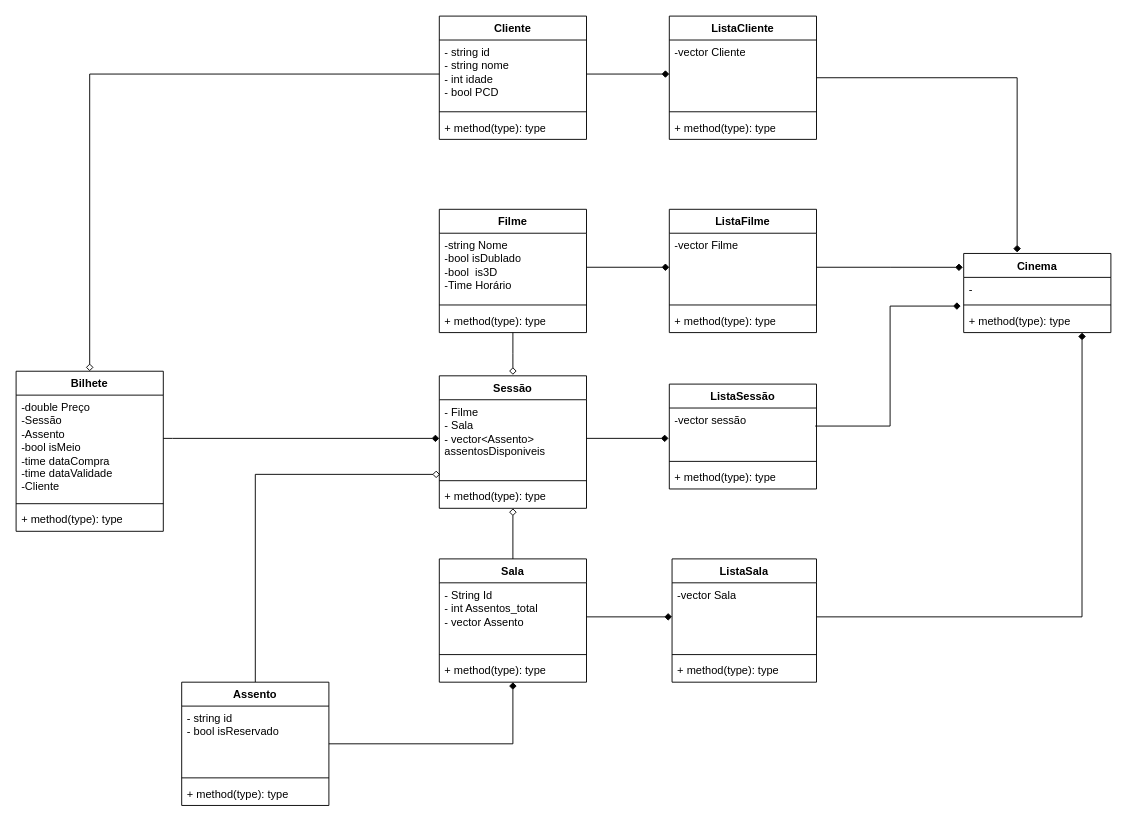
eramoss/CineCon keeps this draw.io diagram as Diagrama sem nome.drawio. Above is the earlier version. Source tidied: cells renumbered, new cells numbered last; positions are measured from the earlier drawing's top-left corner, leaving out a move shared by most shapes. Both pictures are drawn from the tidied source at 92%, with x=0, y=0 at pixel (16, 16).
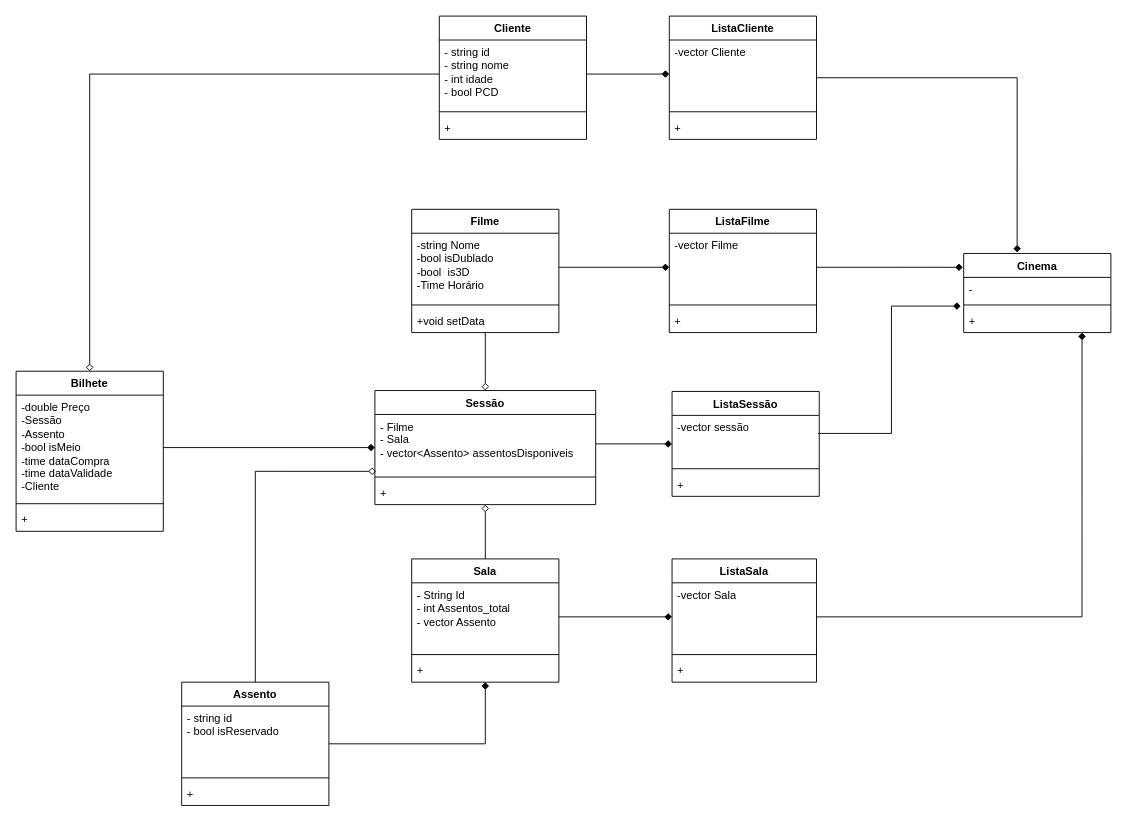
The same diagram, later.

Unchanged cells that the change refers to:
```xml
<mxCell id="2" value="Cinema" style="swimlane;fontStyle=1;align=center;verticalAlign=top;horizontal=1;startSize=26;whiteSpace=wrap;html=1;" parent="1" vertex="1">
  <mxGeometry x="1030" y="258" width="160" height="86" as="geometry" />
</mxCell>
<mxCell id="7" value="Bilhete" style="swimlane;fontStyle=1;align=center;verticalAlign=top;horizontal=1;startSize=26;whiteSpace=wrap;html=1;" parent="1" vertex="1">
  <mxGeometry y="386" width="160" height="174" as="geometry" />
</mxCell>
<mxCell id="8" value="-double Preço&lt;br&gt;&lt;div&gt;-Sessão&lt;/div&gt;&lt;div&gt;-Assento&lt;br&gt;&lt;/div&gt;&lt;div&gt;-bool isMeio&lt;/div&gt;&lt;div&gt;-time dataCompra&lt;/div&gt;&lt;div&gt;-time dataValidade&lt;br&gt;&lt;/div&gt;&lt;div&gt;-Cliente&lt;br&gt;&lt;/div&gt;" style="text;strokeColor=none;fillColor=none;align=left;verticalAlign=top;spacingLeft=4;spacingRight=4;overflow=hidden;points=[[0,0.5],[1,0.5]];portConstraint=eastwest;whiteSpace=wrap;html=1;" parent="7" vertex="1">
  <mxGeometry y="26" width="160" height="114" as="geometry" />
</mxCell>
<mxCell id="11" value="Cliente" style="swimlane;fontStyle=1;align=center;verticalAlign=top;horizontal=1;startSize=26;whiteSpace=wrap;html=1;" parent="1" vertex="1">
  <mxGeometry x="460" width="160" height="134" as="geometry" />
</mxCell>
<mxCell id="26" value="Assento" style="swimlane;fontStyle=1;align=center;verticalAlign=top;horizontal=1;startSize=26;whiteSpace=wrap;html=1;" parent="1" vertex="1">
  <mxGeometry x="180" y="724" width="160" height="134" as="geometry" />
</mxCell>
<mxCell id="36" value="ListaCliente" style="swimlane;fontStyle=1;align=center;verticalAlign=top;horizontal=1;startSize=26;whiteSpace=wrap;html=1;" parent="1" vertex="1">
  <mxGeometry x="710" width="160" height="134" as="geometry" />
</mxCell>
<mxCell id="40" value="ListaFilme" style="swimlane;fontStyle=1;align=center;verticalAlign=top;horizontal=1;startSize=26;whiteSpace=wrap;html=1;" parent="1" vertex="1">
  <mxGeometry x="710" y="210" width="160" height="134" as="geometry" />
</mxCell>
<mxCell id="45" value="ListaSala" style="swimlane;fontStyle=1;align=center;verticalAlign=top;horizontal=1;startSize=26;whiteSpace=wrap;html=1;" parent="1" vertex="1">
  <mxGeometry x="713" y="590" width="157" height="134" as="geometry" />
</mxCell>
<mxCell id="53" value="-vector sessão" style="text;strokeColor=none;fillColor=none;align=left;verticalAlign=top;spacingLeft=4;spacingRight=4;overflow=hidden;points=[[0,0.5],[1,0.5]];portConstraint=eastwest;whiteSpace=wrap;html=1;" parent="52" vertex="1">
  <mxGeometry y="26" width="160" height="54" as="geometry" />
</mxCell>
```

What changed in the source:
```diff
@@
-    <mxCell id="5" value="+ method(type): type" style="text;strokeColor=none;fillColor=none;align=left;verticalAlign=top;spacingLeft=4;spacingRight=4;overflow=hidden;points=[[0,0.5],[1,0.5]];portConstraint=eastwest;whiteSpace=wrap;html=1;" parent="2" vertex="1">
+    <mxCell id="5" value="+" style="text;strokeColor=none;fillColor=none;align=left;verticalAlign=top;spacingLeft=4;spacingRight=4;overflow=hidden;points=[[0,0.5],[1,0.5]];portConstraint=eastwest;whiteSpace=wrap;html=1;" parent="2" vertex="1">
       <mxGeometry y="60" width="160" height="26" as="geometry" />
     </mxCell>
@@
-    <mxCell id="10" value="+ method(type): type" style="text;strokeColor=none;fillColor=none;align=left;verticalAlign=top;spacingLeft=4;spacingRight=4;overflow=hidden;whiteSpace=wrap;html=1;" parent="7" vertex="1">
+    <mxCell id="10" value="+" style="text;strokeColor=none;fillColor=none;align=left;verticalAlign=top;spacingLeft=4;spacingRight=4;overflow=hidden;whiteSpace=wrap;html=1;" parent="7" vertex="1">
       <mxGeometry y="148" width="160" height="26" as="geometry" />
     </mxCell>
@@
-    <mxCell id="14" value="+ method(type): type" style="text;strokeColor=none;fillColor=none;align=left;verticalAlign=top;spacingLeft=4;spacingRight=4;overflow=hidden;whiteSpace=wrap;html=1;" parent="11" vertex="1">
+    <mxCell id="14" value="+" style="text;strokeColor=none;fillColor=none;align=left;verticalAlign=top;spacingLeft=4;spacingRight=4;overflow=hidden;whiteSpace=wrap;html=1;" parent="11" vertex="1">
       <mxGeometry y="108" width="160" height="26" as="geometry" />
     </mxCell>
-    <mxCell id="15" style="edgeStyle=orthogonalEdgeStyle;rounded=0;jettySize=auto;html=1;endArrow=diamond;endFill=0;" parent="1" edge="1" source="16">
-      <mxGeometry relative="1" as="geometry">
-        <mxPoint x="540" y="390" as="targetPoint" />
-      </mxGeometry>
+    <mxCell id="15" style="edgeStyle=orthogonalEdgeStyle;rounded=0;jettySize=auto;html=1;endArrow=diamond;endFill=0;" parent="1" edge="1" source="16" target="20">
+      <mxGeometry relative="1" as="geometry" />
     </mxCell>
     <mxCell id="16" value="Filme" style="swimlane;fontStyle=1;align=center;verticalAlign=top;horizontal=1;startSize=26;whiteSpace=wrap;html=1;" parent="1" vertex="1">
-      <mxGeometry x="460" y="210" width="160" height="134" as="geometry" />
+      <mxGeometry x="430" y="210" width="160" height="134" as="geometry" />
     </mxCell>
@@
-    <mxCell id="19" value="+ method(type): type" style="text;strokeColor=none;fillColor=none;align=left;verticalAlign=top;spacingLeft=4;spacingRight=4;overflow=hidden;whiteSpace=wrap;html=1;" parent="16" vertex="1">
+    <mxCell id="19" value="+void setData" style="text;strokeColor=none;fillColor=none;align=left;verticalAlign=top;spacingLeft=4;spacingRight=4;overflow=hidden;whiteSpace=wrap;html=1;" parent="16" vertex="1">
       <mxGeometry y="108" width="160" height="26" as="geometry" />
     </mxCell>
     <mxCell id="20" value="Sessão" style="swimlane;fontStyle=1;align=center;verticalAlign=top;horizontal=1;startSize=26;whiteSpace=wrap;html=1;" parent="1" vertex="1">
-      <mxGeometry x="460" y="391" width="160" height="144" as="geometry" />
+      <mxGeometry x="390" y="407" width="240" height="124" as="geometry" />
     </mxCell>
     <mxCell id="21" value="- Filme&lt;br&gt;- Sala&lt;br&gt;- vector&amp;lt;Assento&amp;gt; assentosDisponiveis" style="text;strokeColor=none;fillColor=none;align=left;verticalAlign=top;spacingLeft=4;spacingRight=4;overflow=hidden;points=[[0,0.5],[1,0.5]];portConstraint=eastwest;whiteSpace=wrap;html=1;" parent="20" vertex="1">
-      <mxGeometry y="26" width="160" height="84" as="geometry" />
+      <mxGeometry y="26" width="240" height="64" as="geometry" />
     </mxCell>
     <mxCell id="22" style="line;strokeWidth=1;fillColor=none;align=left;verticalAlign=middle;spacingTop=-1;spacingLeft=3;spacingRight=3;labelPosition=right;strokeColor=inherit;" parent="20" vertex="1">
-      <mxGeometry y="110" width="160" height="8" as="geometry" />
+      <mxGeometry y="90" width="240" height="8" as="geometry" />
     </mxCell>
-    <mxCell id="23" value="+ method(type): type" style="text;strokeColor=none;fillColor=none;align=left;verticalAlign=top;spacingLeft=4;spacingRight=4;overflow=hidden;whiteSpace=wrap;html=1;" parent="20" vertex="1">
-      <mxGeometry y="118" width="160" height="26" as="geometry" />
+    <mxCell id="23" value="+" style="text;strokeColor=none;fillColor=none;align=left;verticalAlign=top;spacingLeft=4;spacingRight=4;overflow=hidden;whiteSpace=wrap;html=1;" parent="20" vertex="1">
+      <mxGeometry y="98" width="240" height="26" as="geometry" />
     </mxCell>
@@
-    <mxCell id="29" value="+ method(type): type" style="text;strokeColor=none;fillColor=none;align=left;verticalAlign=top;spacingLeft=4;spacingRight=4;overflow=hidden;whiteSpace=wrap;html=1;" parent="26" vertex="1">
+    <mxCell id="29" value="+" style="text;strokeColor=none;fillColor=none;align=left;verticalAlign=top;spacingLeft=4;spacingRight=4;overflow=hidden;whiteSpace=wrap;html=1;" parent="26" vertex="1">
       <mxGeometry y="108" width="160" height="26" as="geometry" />
     </mxCell>
@@
     <mxCell id="31" value="Sala" style="swimlane;fontStyle=1;align=center;verticalAlign=top;horizontal=1;startSize=26;whiteSpace=wrap;html=1;" parent="1" vertex="1">
-      <mxGeometry x="460" y="590" width="160" height="134" as="geometry" />
+      <mxGeometry x="430" y="590" width="160" height="134" as="geometry" />
     </mxCell>
@@
-    <mxCell id="34" value="+ method(type): type" style="text;strokeColor=none;fillColor=none;align=left;verticalAlign=top;spacingLeft=4;spacingRight=4;overflow=hidden;whiteSpace=wrap;html=1;" parent="31" vertex="1">
+    <mxCell id="34" value="+" style="text;strokeColor=none;fillColor=none;align=left;verticalAlign=top;spacingLeft=4;spacingRight=4;overflow=hidden;whiteSpace=wrap;html=1;" parent="31" vertex="1">
       <mxGeometry y="108" width="160" height="26" as="geometry" />
     </mxCell>
@@
-    <mxCell id="39" value="+ method(type): type" style="text;strokeColor=none;fillColor=none;align=left;verticalAlign=top;spacingLeft=4;spacingRight=4;overflow=hidden;whiteSpace=wrap;html=1;" parent="36" vertex="1">
+    <mxCell id="39" value="+" style="text;strokeColor=none;fillColor=none;align=left;verticalAlign=top;spacingLeft=4;spacingRight=4;overflow=hidden;whiteSpace=wrap;html=1;" parent="36" vertex="1">
       <mxGeometry y="108" width="160" height="26" as="geometry" />
     </mxCell>
@@
-    <mxCell id="43" value="+ method(type): type" style="text;strokeColor=none;fillColor=none;align=left;verticalAlign=top;spacingLeft=4;spacingRight=4;overflow=hidden;whiteSpace=wrap;html=1;" parent="40" vertex="1">
+    <mxCell id="43" value="+" style="text;strokeColor=none;fillColor=none;align=left;verticalAlign=top;spacingLeft=4;spacingRight=4;overflow=hidden;whiteSpace=wrap;html=1;" parent="40" vertex="1">
       <mxGeometry y="108" width="160" height="26" as="geometry" />
     </mxCell>
@@
-    <mxCell id="48" value="+ method(type): type" style="text;strokeColor=none;fillColor=none;align=left;verticalAlign=top;spacingLeft=4;spacingRight=4;overflow=hidden;whiteSpace=wrap;html=1;" parent="45" vertex="1">
+    <mxCell id="48" value="+" style="text;strokeColor=none;fillColor=none;align=left;verticalAlign=top;spacingLeft=4;spacingRight=4;overflow=hidden;whiteSpace=wrap;html=1;" parent="45" vertex="1">
       <mxGeometry y="108" width="157" height="26" as="geometry" />
     </mxCell>
@@
     <mxCell id="52" value="ListaSessão" style="swimlane;fontStyle=1;align=center;verticalAlign=top;horizontal=1;startSize=26;whiteSpace=wrap;html=1;" parent="1" vertex="1">
-      <mxGeometry x="710" y="400" width="160" height="114" as="geometry" />
+      <mxGeometry x="713" y="408" width="160" height="114" as="geometry" />
     </mxCell>
@@
-    <mxCell id="55" value="+ method(type): type" style="text;strokeColor=none;fillColor=none;align=left;verticalAlign=top;spacingLeft=4;spacingRight=4;overflow=hidden;whiteSpace=wrap;html=1;" parent="52" vertex="1">
+    <mxCell id="55" value="+" style="text;strokeColor=none;fillColor=none;align=left;verticalAlign=top;spacingLeft=4;spacingRight=4;overflow=hidden;whiteSpace=wrap;html=1;" parent="52" vertex="1">
       <mxGeometry y="88" width="160" height="26" as="geometry" />
     </mxCell>
-    <mxCell id="56" style="edgeStyle=orthogonalEdgeStyle;rounded=0;jettySize=auto;html=1;entryX=0;entryY=0.5;entryDx=0;entryDy=0;endArrow=diamond;endFill=1;" parent="1" edge="1" source="8" target="21">
-      <mxGeometry relative="1" as="geometry">
-        <Array as="points">
-          <mxPoint x="170" y="459" />
-          <mxPoint x="170" y="459" />
-        </Array>
-      </mxGeometry>
+    <mxCell id="56" style="edgeStyle=orthogonalEdgeStyle;rounded=0;jettySize=auto;html=1;endArrow=diamond;endFill=1;" parent="1" edge="1" source="8" target="20">
+      <mxGeometry relative="1" as="geometry" />
     </mxCell>
@@
-    <mxCell id="59" style="edgeStyle=orthogonalEdgeStyle;rounded=0;jettySize=auto;html=1;entryX=-0.005;entryY=0.611;entryDx=0;entryDy=0;entryPerimeter=0;endArrow=diamond;endFill=1;" parent="1" edge="1" source="21" target="53">
+    <mxCell id="59" style="edgeStyle=orthogonalEdgeStyle;rounded=0;jettySize=auto;html=1;endArrow=diamond;endFill=1;" parent="1" edge="1" source="21" target="52">
       <mxGeometry relative="1" as="geometry" />
     </mxCell>
```
